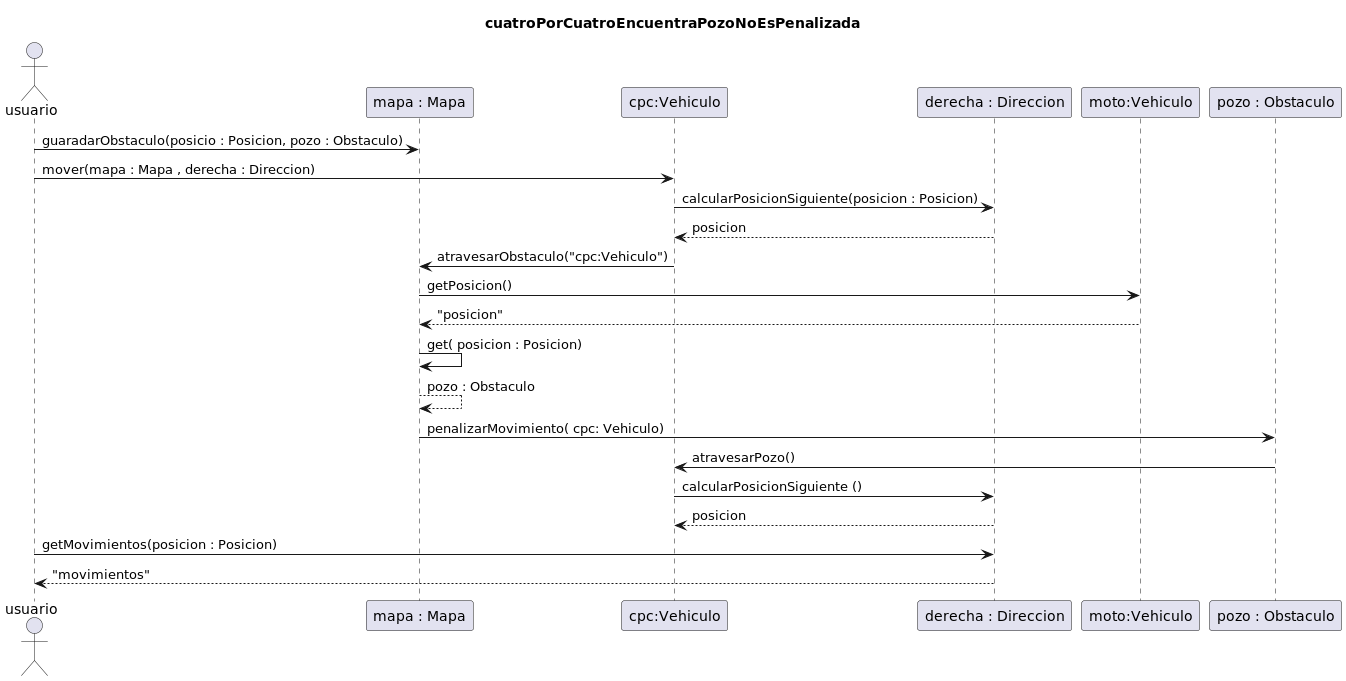
ianmku/algo3_tp2 keeps this PlantUML diagram as diagrams/sequences/cuatroPorCuatroEncuentraPozoNoEsPenalizada-cuatroPorCuatroEncuentraPozoNoEsPenalizada.png. Above is the earlier version. Source of this version:
```plantuml
@startuml
title "cuatroPorCuatroEncuentraPozoNoEsPenalizada"

actor usuario
usuario -> "mapa : Mapa" : guaradarObstaculo(posicio : Posicion, pozo : Obstaculo)
usuario -> "cpc:Vehiculo" : mover(mapa : Mapa , derecha : Direccion)
"cpc:Vehiculo" -> "derecha : Direccion" :calcularPosicionSiguiente(posicion : Posicion)
return posicion
"cpc:Vehiculo" -> "mapa : Mapa" : atravesarObstaculo("cpc:Vehiculo")
"mapa : Mapa" -> "moto:Vehiculo" : getPosicion()
return "posicion"
"mapa : Mapa" -> "mapa : Mapa" : get( posicion : Posicion)
return pozo : Obstaculo
"mapa : Mapa" -> "pozo : Obstaculo" : penalizarMovimiento( cpc: Vehiculo)
"pozo : Obstaculo" -> "cpc:Vehiculo" : atravesarPozo()
"cpc:Vehiculo" -> "derecha : Direccion" : calcularPosicionSiguiente ()
return posicion
usuario -> "derecha : Direccion" : getMovimientos(posicion : Posicion)
return "movimientos"
@enduml
```
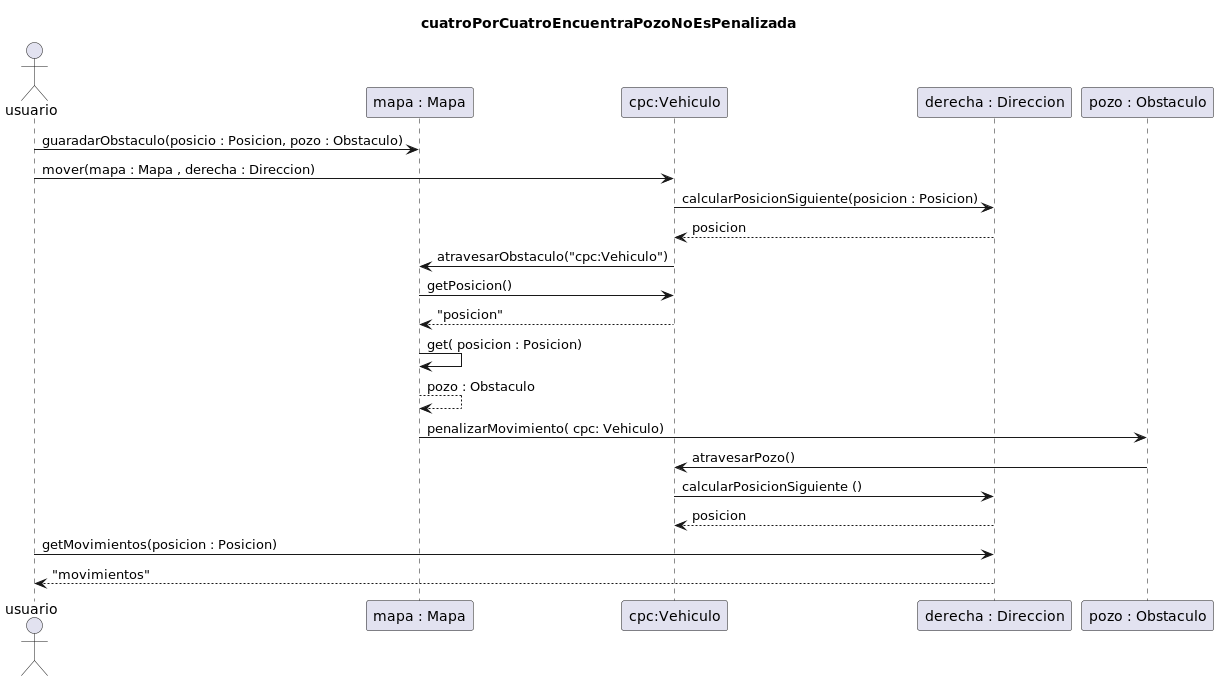
Later version of the same file.

Commit message:
diagrama cuatroPorCuatroEncuentraPozoNoEsPenalizada

What changed in the source:
```diff
@@ -7,7 +7,7 @@
 "cpc:Vehiculo" -> "derecha : Direccion" :calcularPosicionSiguiente(posicion : Posicion)
 return posicion
 "cpc:Vehiculo" -> "mapa : Mapa" : atravesarObstaculo("cpc:Vehiculo")
-"mapa : Mapa" -> "moto:Vehiculo" : getPosicion()
+"mapa : Mapa" -> "cpc:Vehiculo" : getPosicion()
 return "posicion"
 "mapa : Mapa" -> "mapa : Mapa" : get( posicion : Posicion)
 return pozo : Obstaculo
```
